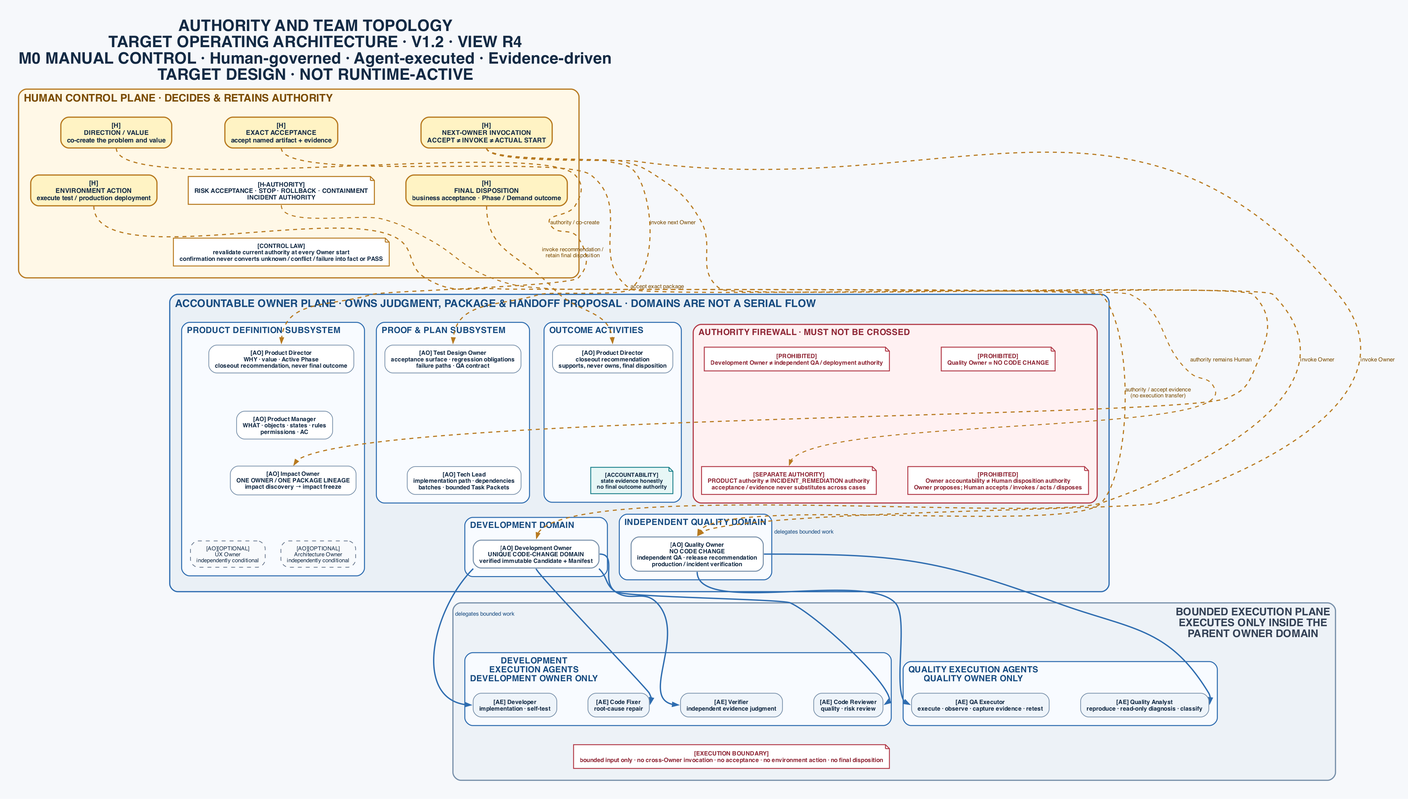
This is docs/superpowers/specs/assets/2026-07-30--one-human-agent-team-operating-architecture-v1.2/authority-and-team-topology.png from jieli-cqwl/org-claude-skills, a Graphviz export, as it was before one commit. Its source is kept beside it as docs/superpowers/specs/assets/2026-07-30--one-human-agent-team-operating-architecture-v1.2/authority-and-team-topology.dot.
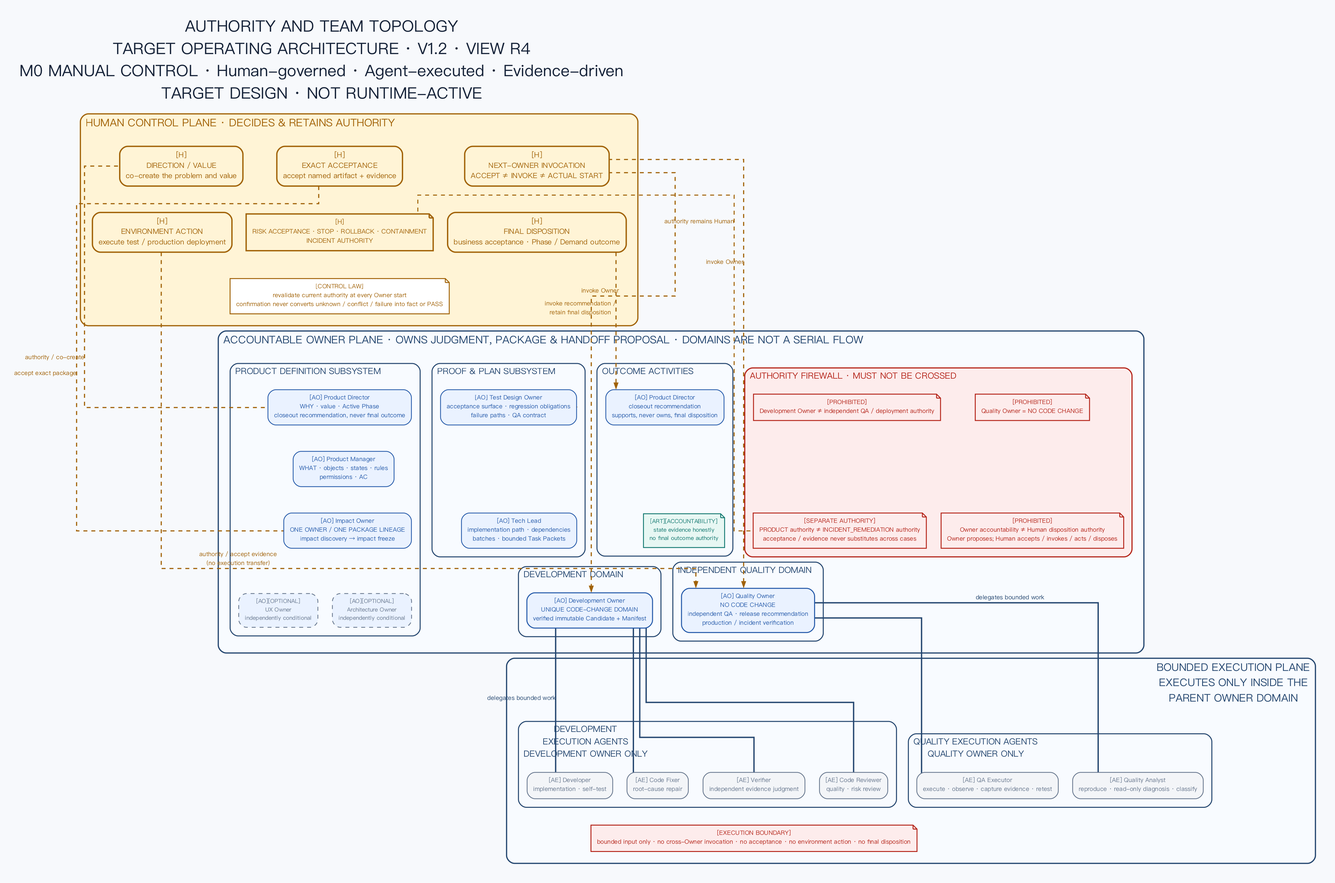
The same file after the commit.

What changed in the source:
```diff
@@ -4,112 +4,118 @@
     newrank=true,
     compound=true,
     ordering=out,
-    splines=spline,
+    splines=ortho,
     outputorder=edgesfirst,
-    bgcolor="#F6F8FB",
-    pad="0.28",
-    nodesep="0.34",
+    bgcolor="#F7F9FC",
+    pad="0.30",
+    nodesep="0.30",
     ranksep="0.56",
     labelloc=t,
     labeljust=l,
     label="AUTHORITY AND TEAM TOPOLOGY\nTARGET OPERATING ARCHITECTURE · V1.2 · VIEW R4\nM0 MANUAL CONTROL · Human-governed · Agent-executed · Evidence-driven\nTARGET DESIGN · NOT RUNTIME-ACTIVE",
-    fontname="Helvetica-Bold",
+    fontname="PingFang SC",
     fontsize=24,
-    fontcolor="#132A44"
+    fontcolor="#152238"
   ];
 
   node [
     shape=box,
     style="rounded,filled",
-    color="#7890AA",
+    color="#B8C2D1",
     fillcolor="#FFFFFF",
-    fontname="Helvetica",
-    fontcolor="#132A44",
-    fontsize=10,
+    fontname="PingFang SC",
+    fontcolor="#152238",
+    fontsize=11,
     margin="0.13,0.09",
-    penwidth=1.1
+    penwidth=1.2
   ];
 
   edge [
-    color="#64748B",
-    fontname="Helvetica",
-    fontcolor="#334155",
-    fontsize=8.5,
-    arrowsize=0.7,
-    penwidth=1.2
+    fontname="PingFang SC",
+    fontsize=9,
+    fontcolor="#40536D",
+    color="#66768D",
+    arrowsize=0.72,
+    penwidth=1.25
   ];
 
   subgraph cluster_human_plane {
     label="HUMAN CONTROL PLANE · DECIDES & RETAINS AUTHORITY";
     labelloc=t;
     labeljust=l;
-    color="#B7791F";
-    fillcolor="#FFF8E7";
-    fontname="Helvetica-Bold";
-    fontcolor="#7A4B00";
+    color="#A16207";
+    fillcolor="#FFF4D6";
+    fontname="PingFang SC";
+    fontcolor="#A16207";
     fontsize=16;
     penwidth=1.8;
     style="rounded,filled";
     margin=18;
 
+    node [
+      color="#A16207",
+      fillcolor="#FFF4D6",
+      fontcolor="#A16207"
+    ];
+
     human_direction [
       label="[H]\nDIRECTION / VALUE\nco-create the problem and value",
-      color="#B7791F",
-      fillcolor="#FFF3C4",
-      fontname="Helvetica-Bold",
-      penwidth=1.8
+      color="#A16207",
+      fillcolor="#FFF4D6",
+      fontname="PingFang SC",
+      penwidth=2.0
     ];
 
     human_accept [
       label="[H]\nEXACT ACCEPTANCE\naccept named artifact + evidence",
-      color="#B7791F",
-      fillcolor="#FFF3C4",
-      fontname="Helvetica-Bold",
-      penwidth=1.8
+      color="#A16207",
+      fillcolor="#FFF4D6",
+      fontname="PingFang SC",
+      penwidth=2.0
     ];
 
     human_invoke [
       label="[H]\nNEXT-OWNER INVOCATION\nACCEPT ≠ INVOKE ≠ ACTUAL START",
-      color="#B7791F",
-      fillcolor="#FFF3C4",
-      fontname="Helvetica-Bold",
-      penwidth=1.8
+      color="#A16207",
+      fillcolor="#FFF4D6",
+      fontname="PingFang SC",
+      penwidth=2.0
     ];
 
     human_environment [
       label="[H]\nENVIRONMENT ACTION\nexecute test / production deployment",
-      color="#B7791F",
-      fillcolor="#FFF3C4",
-      fontname="Helvetica-Bold",
-      penwidth=1.8
+      color="#A16207",
+      fillcolor="#FFF4D6",
+      fontname="PingFang SC",
+      penwidth=2.0
     ];
 
     human_risk_incident [
-      label="[H-AUTHORITY]\nRISK ACCEPTANCE · STOP · ROLLBACK · CONTAINMENT\nINCIDENT AUTHORITY",
+      label="[H]\nRISK ACCEPTANCE · STOP · ROLLBACK · CONTAINMENT\nINCIDENT AUTHORITY",
       shape=note,
       style=filled,
-      color="#B7791F",
-      fillcolor="#FFFFFF",
-      fontname="Helvetica-Bold",
+      color="#A16207",
+      fillcolor="#FFF4D6",
+      fontname="PingFang SC",
       fontsize=9.5,
-      penwidth=1.5
+      penwidth=2.0
     ];
 
     human_disposition [
       label="[H]\nFINAL DISPOSITION\nbusiness acceptance · Phase / Demand outcome",
-      color="#B7791F",
-      fillcolor="#FFF3C4",
-      fontname="Helvetica-Bold",
-      penwidth=1.8
+      color="#A16207",
+      fillcolor="#FFF4D6",
+      fontname="PingFang SC",
+      penwidth=2.0
     ];
 
     human_current_authority [
       label="[CONTROL LAW]\nrevalidate current authority at every Owner start\nconfirmation never converts unknown / conflict / failure into fact or PASS",
       shape=note,
       style=filled,
-      color="#B7791F",
+      color="#A16207",
       fillcolor="#FFFFFF",
-      fontname="Helvetica-Bold",
+      fontname="PingFang SC",
       fontsize=9,
       penwidth=1.4
     ];
@@ -163,10 +169,10 @@
     label="ACCOUNTABLE OWNER PLANE · OWNS JUDGMENT, PACKAGE & HANDOFF PROPOSAL · DOMAINS ARE NOT A SERIAL FLOW";
     labelloc=t;
     labeljust=l;
-    color="#2F6DB0";
-    fillcolor="#EAF0F6";
-    fontname="Helvetica-Bold";
-    fontcolor="#174B80";
+    color="#24466F";
+    fillcolor="#F8FBFF";
+    fontname="PingFang SC";
+    fontcolor="#24466F";
     fontsize=16;
     penwidth=1.8;
     style="rounded,filled";
@@ -176,46 +182,54 @@
       label="PRODUCT DEFINITION SUBSYSTEM";
       labelloc=t;
       labeljust=l;
-      color="#2F6DB0";
+      color="#24466F";
       fillcolor="#F8FBFF";
-      fontname="Helvetica-Bold";
-      fontcolor="#174B80";
+      fontname="PingFang SC";
+      fontcolor="#24466F";
       fontsize=13;
       penwidth=1.5;
       style="rounded,filled";
       margin=13;
 
+      node [
+        color="#2459A9",
+        fillcolor="#EAF2FF",
+        fontcolor="#2459A9"
+      ];
+
       product_director [
         label="[AO] Product Director\nWHY · value · Active Phase\ncloseout recommendation, never final outcome",
-        fontname="Helvetica-Bold",
+        fontname="PingFang SC",
         fontsize=9
       ];
 
       product_manager [
         label="[AO] Product Manager\nWHAT · objects · states · rules\npermissions · AC",
-        fontname="Helvetica-Bold",
+        fontname="PingFang SC",
         fontsize=9
       ];
 
       impact_owner [
         label="[AO] Impact Owner\nONE OWNER / ONE PACKAGE LINEAGE\nimpact discovery → impact freeze",
-        fontname="Helvetica-Bold",
+        fontname="PingFang SC",
         fontsize=9
       ];
 
       ux_owner [
         label="[AO][OPTIONAL]\nUX Owner\nindependently conditional",
         style="rounded,dashed,filled",
-        color="#64748B",
-        fillcolor="#F8FAFC",
+        color="#66768D",
+        fillcolor="#EAF2FF",
+        fontcolor="#66768D",
         fontsize=8.5
       ];
 
       architecture_owner [
         label="[AO][OPTIONAL]\nArchitecture Owner\nindependently conditional",
         style="rounded,dashed,filled",
-        color="#64748B",
-        fillcolor="#F8FAFC",
+        color="#66768D",
+        fillcolor="#EAF2FF",
+        fontcolor="#66768D",
         fontsize=8.5
       ];
 
@@ -245,24 +259,30 @@
       label="PROOF & PLAN SUBSYSTEM";
       labelloc=t;
       labeljust=l;
-      color="#2F6DB0";
+      color="#24466F";
       fillcolor="#F8FBFF";
-      fontname="Helvetica-Bold";
-      fontcolor="#174B80";
+      fontname="PingFang SC";
+      fontcolor="#24466F";
       fontsize=13;
       penwidth=1.5;
       style="rounded,filled";
       margin=13;
 
+      node [
+        color="#2459A9",
+        fillcolor="#EAF2FF",
+        fontcolor="#2459A9"
+      ];
+
       test_design_owner [
         label="[AO] Test Design Owner\nacceptance surface · regression obligations\nfailure paths · QA contract",
-        fontname="Helvetica-Bold",
+        fontname="PingFang SC",
         fontsize=9
       ];
 
       tech_lead [
         label="[AO] Tech Lead\nimplementation path · dependencies\nbatches · bounded Task Packets",
-        fontname="Helvetica-Bold",
+        fontname="PingFang SC",
         fontsize=9
       ];
 
@@ -276,28 +296,35 @@
       label="OUTCOME ACTIVITIES";
       labelloc=t;
       labeljust=l;
-      color="#2F6DB0";
+      color="#24466F";
       fillcolor="#F8FBFF";
-      fontname="Helvetica-Bold";
-      fontcolor="#174B80";
+      fontname="PingFang SC";
+      fontcolor="#24466F";
       fontsize=13;
       penwidth=1.5;
       style="rounded,filled";
       margin=13;
 
+      node [
+        color="#2459A9",
+        fillcolor="#EAF2FF",
+        fontcolor="#2459A9"
+      ];
+
       outcome_recommendation [
         label="[AO] Product Director\ncloseout recommendation\nsupports, never owns, final disposition",
-        fontname="Helvetica-Bold",
+        fontname="PingFang SC",
         fontsize=9
       ];
 
       outcome_evidence [
-        label="[ACCOUNTABILITY]\nstate evidence honestly\nno final outcome authority",
+        label="[ART][ACCOUNTABILITY]\nstate evidence honestly\nno final outcome authority",
         shape=note,
         style=filled,
-        color="#177E89",
-        fillcolor="#E7F7F6",
-        fontname="Helvetica-Bold",
+        color="#0F766E",
+        fillcolor="#E7F7F3",
+        fontname="PingFang SC",
+        fontcolor="#0F766E",
         fontsize=8.5,
         penwidth=1.3
       ];
@@ -324,19 +351,25 @@
       label="DEVELOPMENT DOMAIN";
       labelloc=t;
       labeljust=l;
-      color="#2F6DB0";
+      color="#24466F";
       fillcolor="#F8FBFF";
-      fontname="Helvetica-Bold";
-      fontcolor="#174B80";
+      fontname="PingFang SC";
+      fontcolor="#24466F";
       fontsize=13;
       penwidth=1.5;
       style="rounded,filled";
       margin=13;
 
+      node [
+        color="#2459A9",
+        fillcolor="#EAF2FF",
+        fontcolor="#2459A9"
+      ];
+
       development_owner [
         label="[AO] Development Owner\nUNIQUE CODE-CHANGE DOMAIN\nverified immutable Candidate + Manifest",
         group="development",
-        fontname="Helvetica-Bold",
+        fontname="PingFang SC",
         fontsize=9,
         penwidth=1.5
       ];
@@ -346,19 +379,25 @@
       label="INDEPENDENT QUALITY DOMAIN";
       labelloc=t;
       labeljust=l;
-      color="#2F6DB0";
+      color="#24466F";
       fillcolor="#F8FBFF";
-      fontname="Helvetica-Bold";
-      fontcolor="#174B80";
+      fontname="PingFang SC";
+      fontcolor="#24466F";
       fontsize=13;
       penwidth=1.5;
       style="rounded,filled";
       margin=13;
 
+      node [
+        color="#2459A9",
+        fillcolor="#EAF2FF",
+        fontcolor="#2459A9"
+      ];
+
       quality_owner [
         label="[AO] Quality Owner\nNO CODE CHANGE\nindependent QA · release recommendation\nproduction / incident verification",
         group="quality",
-        fontname="Helvetica-Bold",
+        fontname="PingFang SC",
         fontsize=9,
         penwidth=1.5
       ];
@@ -383,23 +422,29 @@
       label="AUTHORITY FIREWALL · MUST NOT BE CROSSED";
       labelloc=t;
       labeljust=l;
-      color="#B23A48";
-      fillcolor="#FFF1F2";
-      fontname="Helvetica-Bold";
-      fontcolor="#8F2635";
+      color="#B42318";
+      fillcolor="#FDECEC";
+      fontname="PingFang SC";
+      fontcolor="#B42318";
       fontsize=13;
-      penwidth=1.7;
-      style="rounded,filled";
-      margin=13;
+    penwidth=1.7;
+    style="rounded,filled";
+    margin=13;
+
+      node [
+        color="#B42318",
+        fillcolor="#FDECEC",
+        fontcolor="#B42318"
+      ];
 
       development_boundary [
         label="[PROHIBITED]\nDevelopment Owner ≠ independent QA / deployment authority",
         shape=note,
         style=filled,
-        color="#B23A48",
-        fillcolor="#FFFFFF",
-        fontname="Helvetica-Bold",
-        fontcolor="#8F2635",
+        color="#B42318",
+        fillcolor="#FDECEC",
+        fontname="PingFang SC",
+        fontcolor="#B42318",
         fontsize=9,
         penwidth=1.4
       ];
@@ -408,10 +453,10 @@
         label="[PROHIBITED]\nQuality Owner = NO CODE CHANGE",
         shape=note,
         style=filled,
-        color="#B23A48",
-        fillcolor="#FFFFFF",
-        fontname="Helvetica-Bold",
-        fontcolor="#8F2635",
+        color="#B42318",
+        fillcolor="#FDECEC",
+        fontname="PingFang SC",
+        fontcolor="#B42318",
         fontsize=9,
         penwidth=1.4
       ];
@@ -420,10 +465,10 @@
         label="[SEPARATE AUTHORITY]\nPRODUCT authority ≠ INCIDENT_REMEDIATION authority\nacceptance / evidence never substitutes across cases",
         shape=note,
         style=filled,
-        color="#B23A48",
-        fillcolor="#FFFFFF",
-        fontname="Helvetica-Bold",
-        fontcolor="#8F2635",
+        color="#B42318",
+        fillcolor="#FDECEC",
+        fontname="PingFang SC",
+        fontcolor="#B42318",
         fontsize=9,
         penwidth=1.4
       ];
@@ -432,10 +477,10 @@
         label="[PROHIBITED]\nOwner accountability ≠ Human disposition authority\nOwner proposes; Human accepts / invokes / acts / disposes",
         shape=note,
         style=filled,
-        color="#B23A48",
-        fillcolor="#FFFFFF",
-        fontname="Helvetica-Bold",
-        fontcolor="#8F2635",
+        color="#B42318",
+        fillcolor="#FDECEC",
+        fontname="PingFang SC",
+        fontcolor="#B42318",
         fontsize=9,
         penwidth=1.4
       ];
@@ -501,10 +546,10 @@
     label="BOUNDED EXECUTION PLANE\nEXECUTES ONLY INSIDE THE\nPARENT OWNER DOMAIN";
     labelloc=t;
     labeljust=r;
-    color="#7890AA";
-    fillcolor="#EDF2F7";
-    fontname="Helvetica-Bold";
-    fontcolor="#334155";
+    color="#24466F";
+    fillcolor="#F8FBFF";
+    fontname="PingFang SC";
+    fontcolor="#24466F";
     fontsize=16;
     penwidth=1.8;
     style="rounded,filled";
@@ -514,41 +559,47 @@
       label="DEVELOPMENT\nEXECUTION AGENTS\nDEVELOPMENT OWNER ONLY";
       labelloc=t;
       labeljust=l;
-      color="#2F6DB0";
+      color="#24466F";
       fillcolor="#F8FBFF";
-      fontname="Helvetica-Bold";
-      fontcolor="#174B80";
+      fontname="PingFang SC";
+      fontcolor="#24466F";
       fontsize=13;
       penwidth=1.5;
       style="rounded,filled";
       margin=13;
 
+      node [
+        color="#66768D",
+        fillcolor="#F3F5F8",
+        fontcolor="#66768D"
+      ];
+
       developer [
         label="[AE] Developer\nimplementation · self-test",
         group="development",
-        fillcolor="#EEF4FA",
-        fontname="Helvetica-Bold",
+        fillcolor="#F3F5F8",
+        fontname="PingFang SC",
         fontsize=9
       ];
 
       code_fixer [
         label="[AE] Code Fixer\nroot-cause repair",
-        fillcolor="#EEF4FA",
-        fontname="Helvetica-Bold",
+        fillcolor="#F3F5F8",
+        fontname="PingFang SC",
         fontsize=9
       ];
 
       verifier [
         label="[AE] Verifier\nindependent evidence judgment",
-        fillcolor="#EEF4FA",
-        fontname="Helvetica-Bold",
+        fillcolor="#F3F5F8",
+        fontname="PingFang SC",
         fontsize=9
       ];
 
       code_reviewer [
         label="[AE] Code Reviewer\nquality · risk review",
-        fillcolor="#EEF4FA",
-        fontname="Helvetica-Bold",
+        fillcolor="#F3F5F8",
+        fontname="PingFang SC",
         fontsize=9
       ];
 
@@ -570,27 +621,33 @@
       label="QUALITY EXECUTION AGENTS\nQUALITY OWNER ONLY";
       labelloc=t;
       labeljust=l;
-      color="#2F6DB0";
+      color="#24466F";
       fillcolor="#F8FBFF";
-      fontname="Helvetica-Bold";
-      fontcolor="#174B80";
+      fontname="PingFang SC";
+      fontcolor="#24466F";
       fontsize=13;
       penwidth=1.5;
       style="rounded,filled";
       margin=13;
 
+      node [
+        color="#66768D",
+        fillcolor="#F3F5F8",
+        fontcolor="#66768D"
+      ];
+
       qa_executor [
         label="[AE] QA Executor\nexecute · observe · capture evidence · retest",
         group="quality",
-        fillcolor="#EEF4FA",
-        fontname="Helvetica-Bold",
+        fillcolor="#F3F5F8",
+        fontname="PingFang SC",
         fontsize=9
       ];
 
       quality_analyst [
         label="[AE] Quality Analyst\nreproduce · read-only diagnosis · classify",
-        fillcolor="#EEF4FA",
-        fontname="Helvetica-Bold",
+        fillcolor="#F3F5F8",
+        fontname="PingFang SC",
         fontsize=9
       ];
 
@@ -641,10 +698,10 @@
       label="[EXECUTION BOUNDARY]\nbounded input only · no cross-Owner invocation · no acceptance · no environment action · no final disposition",
       shape=note,
       style=filled,
-      color="#B23A48",
-      fillcolor="#FFFFFF",
-      fontname="Helvetica-Bold",
-      fontcolor="#8F2635",
+      color="#B42318",
+      fillcolor="#FDECEC",
+      fontname="PingFang SC",
+      fontcolor="#B42318",
       fontsize=9,
       penwidth=1.4
     ];
@@ -661,10 +718,10 @@
   ];
 
   human_direction -> product_director [
-    label="authority / co-create",
+    xlabel="authority / co-create",
     style=dashed,
-    color="#B7791F",
-    fontcolor="#7A4B00",
+    color="#A16207",
+    fontcolor="#A16207",
     penwidth=1.7,
     arrowsize=0.75,
     tailport=s,
@@ -673,10 +730,10 @@
   ];
 
   human_accept -> impact_owner [
-    label="accept exact package",
+    xlabel="accept exact package",
     style=dashed,
-    color="#B7791F",
-    fontcolor="#7A4B00",
+    color="#A16207",
+    fontcolor="#A16207",
     penwidth=1.7,
     arrowsize=0.75,
     tailport=s,
@@ -685,10 +742,10 @@
   ];
 
   human_invoke -> test_design_owner [
-    label="invoke next Owner",
+    xlabel="invoke next Owner",
     style=dashed,
-    color="#B7791F",
-    fontcolor="#7A4B00",
+    color="#A16207",
+    fontcolor="#A16207",
     penwidth=1.7,
     arrowsize=0.75,
     tailport=s,
@@ -696,10 +753,10 @@
   ];
 
   human_invoke -> development_owner [
-    label="invoke Owner",
+    xlabel="invoke Owner",
     style=dashed,
-    color="#B7791F",
-    fontcolor="#7A4B00",
+    color="#A16207",
+    fontcolor="#A16207",
     penwidth=1.7,
     arrowsize=0.75,
     tailport=s,
@@ -708,10 +765,10 @@
   ];
 
   human_invoke -> quality_owner [
-    label="invoke Owner",
+    xlabel="invoke Owner",
     style=dashed,
-    color="#B7791F",
-    fontcolor="#7A4B00",
+    color="#A16207",
+    fontcolor="#A16207",
     penwidth=1.7,
     arrowsize=0.75,
     tailport=s,
@@ -720,10 +777,10 @@
   ];
 
   human_environment -> quality_owner [
-    label="authority / accept evidence\n(no execution transfer)",
+    xlabel="authority / accept evidence\n(no execution transfer)",
     style=dashed,
-    color="#B7791F",
-    fontcolor="#7A4B00",
+    color="#A16207",
+    fontcolor="#A16207",
     penwidth=1.7,
     arrowsize=0.75,
     tailport=s,
@@ -732,10 +789,10 @@
   ];
 
   human_disposition -> outcome_recommendation [
-    label="invoke recommendation /\nretain final disposition",
+    xlabel="invoke recommendation /\nretain final disposition",
     style=dashed,
-    color="#B7791F",
-    fontcolor="#7A4B00",
+    color="#A16207",
+    fontcolor="#A16207",
     penwidth=1.7,
     arrowsize=0.75,
     tailport=s,
@@ -744,10 +801,10 @@
   ];
 
   human_risk_incident -> authority_boundary [
-    label="authority remains Human",
+    xlabel="authority remains Human",
     style=dashed,
-    color="#B7791F",
-    fontcolor="#7A4B00",
+    color="#A16207",
+    fontcolor="#A16207",
     penwidth=1.5,
     arrowsize=0.7,
     tailport=s,
@@ -768,11 +825,9 @@
   ];
 
   development_owner -> developer [
-    taillabel="delegates bounded work",
-    labeldistance=7.0,
-    labelangle=55,
-    color="#2F6DB0",
-    fontcolor="#174B80",
+    xlabel="delegates bounded work",
+    color="#24466F",
+    fontcolor="#24466F",
     penwidth=2.0,
     arrowsize=0.8,
     tailport=sw,
@@ -780,8 +835,8 @@
   ];
 
   development_owner -> code_fixer [
-    color="#2F6DB0",
-    fontcolor="#174B80",
+    color="#24466F",
+    fontcolor="#24466F",
     penwidth=2.0,
     arrowsize=0.8,
     tailport=s,
@@ -789,8 +844,8 @@
   ];
 
   development_owner -> verifier [
-    color="#2F6DB0",
-    fontcolor="#174B80",
+    color="#24466F",
+    fontcolor="#24466F",
     penwidth=2.0,
     arrowsize=0.8,
     tailport=se,
@@ -798,8 +853,8 @@
   ];
 
   development_owner -> code_reviewer [
-    color="#2F6DB0",
-    fontcolor="#174B80",
+    color="#24466F",
+    fontcolor="#24466F",
     penwidth=2.0,
     arrowsize=0.8,
     tailport=e,
@@ -807,8 +862,8 @@
   ];
 
   quality_owner -> qa_executor [
-    color="#2F6DB0",
-    fontcolor="#174B80",
+    color="#24466F",
+    fontcolor="#24466F",
     penwidth=2.0,
     arrowsize=0.8,
     tailport=s,
@@ -816,11 +871,9 @@
   ];
 
   quality_owner -> quality_analyst [
-    taillabel="delegates bounded work",
-    labeldistance=7.0,
-    labelangle=30,
-    color="#2F6DB0",
-    fontcolor="#174B80",
+    xlabel="delegates bounded work",
+    color="#24466F",
+    fontcolor="#24466F",
     penwidth=2.0,
     arrowsize=0.8,
     tailport=e,
```
